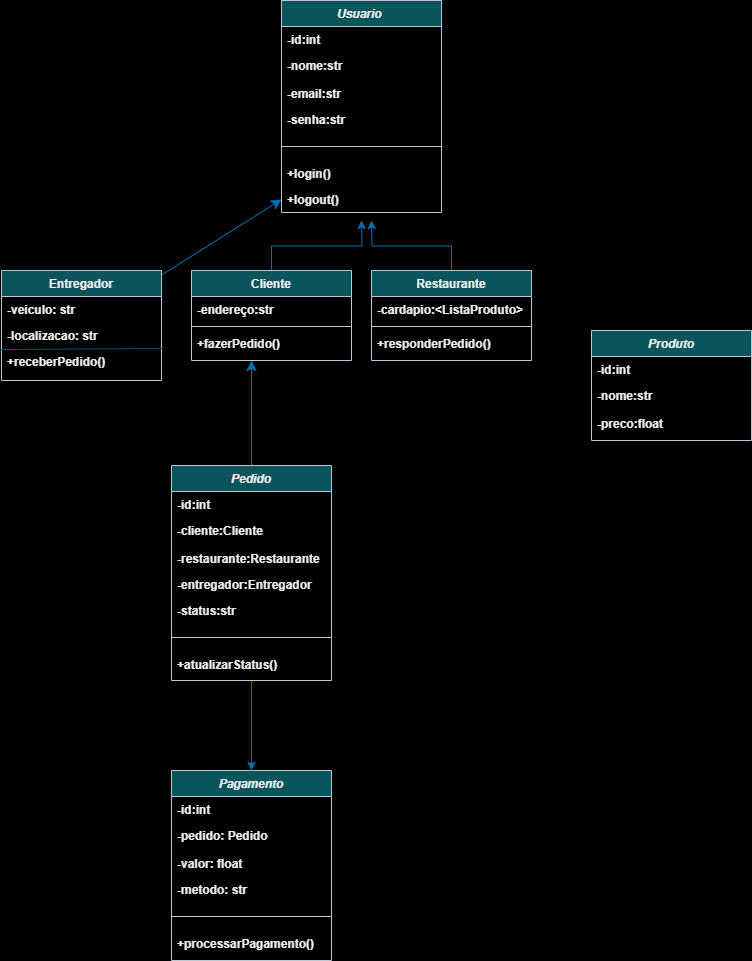
luisfelipesantiago/Diagrama-de-classes keeps this draw.io diagram as Diagrama de classes DSC.png. Above is the earlier version. Source tidied: cells renumbered, new cells last; positions are measured from the earlier drawing's top-left corner, leaving out a move shared by most shapes. The source it was exported from:
```xml
<mxGraphModel background="light-dark(#FFFFFF,#FFFFFF)">
  <root>
    <mxCell id="0" />
    <mxCell id="1" parent="0" />
    <mxCell id="2" value="Usuario " style="swimlane;fontStyle=3;align=center;verticalAlign=top;horizontal=1;startSize=26;rounded=0;shadow=0;strokeWidth=1;labelBackgroundColor=none;fillColor=#09555B;strokeColor=#BAC8D3;fontColor=#EEEEEE;" parent="1" vertex="1">
      <mxGeometry x="280" width="160" height="212" as="geometry" />
    </mxCell>
    <mxCell id="3" value="-id:int" style="text;align=left;verticalAlign=top;spacingLeft=4;spacingRight=4;overflow=hidden;labelBackgroundColor=none;fontColor=#EEEEEE;fontStyle=1;" parent="2" vertex="1">
      <mxGeometry y="26" width="160" height="26" as="geometry" />
    </mxCell>
    <mxCell id="4" value="-nome:str" style="text;align=left;verticalAlign=top;spacingLeft=4;spacingRight=4;overflow=hidden;rounded=0;shadow=0;html=0;labelBackgroundColor=none;fontColor=#EEEEEE;fontStyle=1;" parent="2" vertex="1">
      <mxGeometry y="52" width="160" height="28" as="geometry" />
    </mxCell>
    <mxCell id="5" value="-email:str&#10;" style="text;align=left;verticalAlign=top;spacingLeft=4;spacingRight=4;overflow=hidden;rounded=0;shadow=0;html=0;labelBackgroundColor=none;fontColor=#EEEEEE;fontStyle=1;" parent="2" vertex="1">
      <mxGeometry y="80" width="160" height="26" as="geometry" />
    </mxCell>
    <mxCell id="6" value="-senha:str&#10;" style="text;align=left;verticalAlign=top;spacingLeft=4;spacingRight=4;overflow=hidden;rounded=0;shadow=0;html=0;labelBackgroundColor=none;fontColor=#EEEEEE;fontStyle=1;" parent="2" vertex="1">
      <mxGeometry y="106" width="160" height="26" as="geometry" />
    </mxCell>
    <mxCell id="7" style="line;html=1;strokeWidth=1;align=left;verticalAlign=middle;spacingTop=-1;spacingLeft=3;spacingRight=3;labelPosition=right;labelBackgroundColor=none;fillColor=#09555B;strokeColor=#BAC8D3;fontColor=#EEEEEE;fontStyle=1;" parent="2" vertex="1">
      <mxGeometry y="132" width="160" height="28" as="geometry" />
    </mxCell>
    <mxCell id="8" value="+login()" style="text;align=left;verticalAlign=top;spacingLeft=4;spacingRight=4;overflow=hidden;rounded=0;shadow=0;html=0;labelBackgroundColor=none;fontColor=#EEEEEE;fontStyle=1;" parent="2" vertex="1">
      <mxGeometry y="160" width="160" height="26" as="geometry" />
    </mxCell>
    <mxCell id="9" value="+logout()" style="text;align=left;verticalAlign=top;spacingLeft=4;spacingRight=4;overflow=hidden;points=[[0,0.5],[1,0.5]];portConstraint=eastwest;rounded=0;shadow=0;html=0;labelBackgroundColor=none;fontColor=#EEEEEE;fontStyle=1;" parent="2" vertex="1">
      <mxGeometry y="186" width="160" height="26" as="geometry" />
    </mxCell>
    <mxCell id="10" style="edgeStyle=orthogonalEdgeStyle;rounded=0;jettySize=auto;html=1;exitX=0.5;exitY=0;exitDx=0;exitDy=0;labelBackgroundColor=none;strokeColor=#006EAF;fontColor=default;fontStyle=1;fillColor=#1ba1e2;" parent="1" edge="1" source="11">
      <mxGeometry relative="1" as="geometry">
        <mxPoint x="360" y="220" as="targetPoint" />
      </mxGeometry>
    </mxCell>
    <mxCell id="11" value="Cliente" style="swimlane;fontStyle=1;align=center;verticalAlign=top;horizontal=1;startSize=26;rounded=0;shadow=0;strokeWidth=1;labelBackgroundColor=none;fillColor=#09555B;strokeColor=#BAC8D3;fontColor=#EEEEEE;" parent="1" vertex="1">
      <mxGeometry x="190" y="270" width="160" height="90" as="geometry" />
    </mxCell>
    <mxCell id="12" value="-endereço:str" style="text;align=left;verticalAlign=top;spacingLeft=4;spacingRight=4;overflow=hidden;labelBackgroundColor=none;fontColor=#EEEEEE;fontStyle=1;" parent="11" vertex="1">
      <mxGeometry y="26" width="160" height="26" as="geometry" />
    </mxCell>
    <mxCell id="13" style="line;html=1;strokeWidth=1;align=left;verticalAlign=middle;spacingTop=-1;spacingLeft=3;spacingRight=3;labelPosition=right;labelBackgroundColor=none;fillColor=#09555B;strokeColor=#BAC8D3;fontColor=#EEEEEE;fontStyle=1;" parent="11" vertex="1">
      <mxGeometry y="52" width="160" height="8" as="geometry" />
    </mxCell>
    <mxCell id="14" value="+fazerPedido()" style="text;align=left;verticalAlign=top;spacingLeft=4;spacingRight=4;overflow=hidden;labelBackgroundColor=none;fontColor=#EEEEEE;fontStyle=1;" parent="11" vertex="1">
      <mxGeometry y="60" width="160" height="26" as="geometry" />
    </mxCell>
    <mxCell id="15" style="edgeStyle=none;curved=1;rounded=0;orthogonalLoop=1;jettySize=auto;html=1;fontSize=12;startSize=8;endSize=8;fillColor=#1ba1e2;strokeColor=#006EAF;" parent="11" edge="1">
      <mxGeometry relative="1" as="geometry">
        <mxPoint x="60" y="195" as="sourcePoint" />
        <mxPoint x="60" y="90" as="targetPoint" />
      </mxGeometry>
    </mxCell>
    <mxCell id="16" style="edgeStyle=orthogonalEdgeStyle;rounded=0;jettySize=auto;html=1;labelBackgroundColor=none;strokeColor=#006EAF;fontColor=default;fontStyle=1;fillColor=#1ba1e2;" parent="1" edge="1" source="17">
      <mxGeometry relative="1" as="geometry">
        <mxPoint x="370" y="220" as="targetPoint" />
      </mxGeometry>
    </mxCell>
    <mxCell id="17" value="Restaurante" style="swimlane;fontStyle=1;align=center;verticalAlign=top;horizontal=1;startSize=26;rounded=0;shadow=0;strokeWidth=1;labelBackgroundColor=none;fillColor=#09555B;strokeColor=#BAC8D3;fontColor=#EEEEEE;" parent="1" vertex="1">
      <mxGeometry x="370" y="270" width="160" height="90" as="geometry" />
    </mxCell>
    <mxCell id="18" value="-cardapio:&lt;ListaProduto&gt;" style="text;align=left;verticalAlign=top;spacingLeft=4;spacingRight=4;overflow=hidden;labelBackgroundColor=none;fontColor=#EEEEEE;fontStyle=1;" parent="17" vertex="1">
      <mxGeometry y="26" width="160" height="26" as="geometry" />
    </mxCell>
    <mxCell id="19" style="line;html=1;strokeWidth=1;align=left;verticalAlign=middle;spacingTop=-1;spacingLeft=3;spacingRight=3;labelPosition=right;labelBackgroundColor=none;fillColor=#09555B;strokeColor=#BAC8D3;fontColor=#EEEEEE;fontStyle=1;" parent="17" vertex="1">
      <mxGeometry y="52" width="160" height="8" as="geometry" />
    </mxCell>
    <mxCell id="20" value="+responderPedido()" style="text;align=left;verticalAlign=top;spacingLeft=4;spacingRight=4;overflow=hidden;labelBackgroundColor=none;fontColor=#EEEEEE;fontStyle=1;" parent="17" vertex="1">
      <mxGeometry y="60" width="160" height="20" as="geometry" />
    </mxCell>
    <mxCell id="21" value="Produto" style="swimlane;fontStyle=3;align=center;verticalAlign=top;horizontal=1;startSize=26;rounded=0;shadow=0;strokeWidth=1;labelBackgroundColor=none;fillColor=#09555B;strokeColor=#BAC8D3;fontColor=#EEEEEE;" parent="1" vertex="1">
      <mxGeometry x="590" y="330" width="160" height="110" as="geometry" />
    </mxCell>
    <mxCell id="22" value="-id:int" style="text;align=left;verticalAlign=top;spacingLeft=4;spacingRight=4;overflow=hidden;labelBackgroundColor=none;fontColor=#EEEEEE;fontStyle=1;" parent="21" vertex="1">
      <mxGeometry y="26" width="160" height="26" as="geometry" />
    </mxCell>
    <mxCell id="23" value="-nome:str" style="text;align=left;verticalAlign=top;spacingLeft=4;spacingRight=4;overflow=hidden;rounded=0;shadow=0;html=0;labelBackgroundColor=none;fontColor=#EEEEEE;fontStyle=1;" parent="21" vertex="1">
      <mxGeometry y="52" width="160" height="28" as="geometry" />
    </mxCell>
    <mxCell id="24" value="-preco:float" style="text;align=left;verticalAlign=top;spacingLeft=4;spacingRight=4;overflow=hidden;rounded=0;shadow=0;html=0;labelBackgroundColor=none;fontColor=#EEEEEE;fontStyle=1;" parent="21" vertex="1">
      <mxGeometry y="80" width="160" height="26" as="geometry" />
    </mxCell>
    <mxCell id="25" style="edgeStyle=orthogonalEdgeStyle;rounded=0;jettySize=auto;html=1;entryX=0.5;entryY=0;entryDx=0;entryDy=0;labelBackgroundColor=none;strokeColor=#006EAF;fontColor=default;fontStyle=1;fillColor=#1ba1e2;" parent="1" edge="1" source="26" target="34">
      <mxGeometry relative="1" as="geometry" />
    </mxCell>
    <mxCell id="26" value="Pedido" style="swimlane;fontStyle=3;align=center;verticalAlign=top;horizontal=1;startSize=26;rounded=0;shadow=0;strokeWidth=1;labelBackgroundColor=none;fillColor=#09555B;strokeColor=#BAC8D3;fontColor=#EEEEEE;" parent="1" vertex="1">
      <mxGeometry x="170" y="465" width="160" height="215" as="geometry" />
    </mxCell>
    <mxCell id="27" value="-id:int" style="text;align=left;verticalAlign=top;spacingLeft=4;spacingRight=4;overflow=hidden;labelBackgroundColor=none;fontColor=#EEEEEE;fontStyle=1;" parent="26" vertex="1">
      <mxGeometry y="26" width="160" height="26" as="geometry" />
    </mxCell>
    <mxCell id="28" value="-cliente:Cliente" style="text;align=left;verticalAlign=top;spacingLeft=4;spacingRight=4;overflow=hidden;rounded=0;shadow=0;html=0;labelBackgroundColor=none;fontColor=#EEEEEE;fontStyle=1;" parent="26" vertex="1">
      <mxGeometry y="52" width="160" height="28" as="geometry" />
    </mxCell>
    <mxCell id="29" value="-restaurante:Restaurante" style="text;align=left;verticalAlign=top;spacingLeft=4;spacingRight=4;overflow=hidden;rounded=0;shadow=0;html=0;labelBackgroundColor=none;fontColor=#EEEEEE;fontStyle=1;" parent="26" vertex="1">
      <mxGeometry y="80" width="160" height="26" as="geometry" />
    </mxCell>
    <mxCell id="30" value="-entregador:Entregador" style="text;align=left;verticalAlign=top;spacingLeft=4;spacingRight=4;overflow=hidden;rounded=0;shadow=0;html=0;labelBackgroundColor=none;fontColor=#EEEEEE;fontStyle=1;" parent="26" vertex="1">
      <mxGeometry y="106" width="160" height="26" as="geometry" />
    </mxCell>
    <mxCell id="31" value="-status:str" style="text;align=left;verticalAlign=top;spacingLeft=4;spacingRight=4;overflow=hidden;rounded=0;shadow=0;html=0;labelBackgroundColor=none;fontColor=#EEEEEE;fontStyle=1;" parent="26" vertex="1">
      <mxGeometry y="132" width="160" height="26" as="geometry" />
    </mxCell>
    <mxCell id="32" style="line;html=1;strokeWidth=1;align=left;verticalAlign=middle;spacingTop=-1;spacingLeft=3;spacingRight=3;labelPosition=right;labelBackgroundColor=none;fillColor=#09555B;strokeColor=#BAC8D3;fontColor=#EEEEEE;fontStyle=1;" parent="26" vertex="1">
      <mxGeometry y="158" width="160" height="28" as="geometry" />
    </mxCell>
    <mxCell id="33" value="+atualizarStatus()" style="text;align=left;verticalAlign=top;spacingLeft=4;spacingRight=4;overflow=hidden;rounded=0;shadow=0;html=0;labelBackgroundColor=none;fontColor=#EEEEEE;fontStyle=1;" parent="26" vertex="1">
      <mxGeometry y="186" width="160" height="22" as="geometry" />
    </mxCell>
    <mxCell id="34" value="Pagamento" style="swimlane;fontStyle=3;align=center;verticalAlign=top;horizontal=1;startSize=26;rounded=0;shadow=0;strokeWidth=1;labelBackgroundColor=none;fillColor=#09555B;strokeColor=#BAC8D3;fontColor=#EEEEEE;" parent="1" vertex="1">
      <mxGeometry x="170" y="770" width="160" height="190" as="geometry" />
    </mxCell>
    <mxCell id="35" value="-id:int" style="text;align=left;verticalAlign=top;spacingLeft=4;spacingRight=4;overflow=hidden;labelBackgroundColor=none;fontColor=#EEEEEE;fontStyle=1;" parent="34" vertex="1">
      <mxGeometry y="26" width="160" height="26" as="geometry" />
    </mxCell>
    <mxCell id="36" value="-pedido: Pedido" style="text;align=left;verticalAlign=top;spacingLeft=4;spacingRight=4;overflow=hidden;rounded=0;shadow=0;html=0;labelBackgroundColor=none;fontColor=#EEEEEE;fontStyle=1;" parent="34" vertex="1">
      <mxGeometry y="52" width="160" height="28" as="geometry" />
    </mxCell>
    <mxCell id="37" value="-valor: float" style="text;align=left;verticalAlign=top;spacingLeft=4;spacingRight=4;overflow=hidden;rounded=0;shadow=0;html=0;labelBackgroundColor=none;fontColor=#EEEEEE;fontStyle=1;" parent="34" vertex="1">
      <mxGeometry y="80" width="160" height="26" as="geometry" />
    </mxCell>
    <mxCell id="38" value="-metodo: str" style="text;align=left;verticalAlign=top;spacingLeft=4;spacingRight=4;overflow=hidden;rounded=0;shadow=0;html=0;labelBackgroundColor=none;fontColor=#EEEEEE;fontStyle=1;" parent="34" vertex="1">
      <mxGeometry y="106" width="160" height="26" as="geometry" />
    </mxCell>
    <mxCell id="39" style="line;html=1;strokeWidth=1;align=left;verticalAlign=middle;spacingTop=-1;spacingLeft=3;spacingRight=3;labelPosition=right;labelBackgroundColor=none;fillColor=#09555B;strokeColor=#BAC8D3;fontColor=#EEEEEE;fontStyle=1;" parent="34" vertex="1">
      <mxGeometry y="132" width="160" height="28" as="geometry" />
    </mxCell>
    <mxCell id="40" value="+processarPagamento()" style="text;align=left;verticalAlign=top;spacingLeft=4;spacingRight=4;overflow=hidden;rounded=0;shadow=0;html=0;labelBackgroundColor=none;fontColor=#EEEEEE;fontStyle=1;" parent="34" vertex="1">
      <mxGeometry y="160" width="160" height="26" as="geometry" />
    </mxCell>
    <mxCell id="41" style="edgeStyle=none;curved=1;rounded=0;jettySize=auto;html=1;entryX=0;entryY=0.5;entryDx=0;entryDy=0;fontSize=12;startSize=8;endSize=8;fillColor=#1ba1e2;strokeColor=#006EAF;" parent="1" edge="1" source="42" target="9">
      <mxGeometry relative="1" as="geometry" />
    </mxCell>
    <mxCell id="42" value="Entregador" style="swimlane;fontStyle=1;align=center;verticalAlign=top;horizontal=1;startSize=26;rounded=0;shadow=0;strokeWidth=1;labelBackgroundColor=none;fillColor=#09555B;strokeColor=#BAC8D3;fontColor=#EEEEEE;" parent="1" vertex="1">
      <mxGeometry y="270" width="160" height="110" as="geometry" />
    </mxCell>
    <mxCell id="43" value="-veiculo: str" style="text;align=left;verticalAlign=top;spacingLeft=4;spacingRight=4;overflow=hidden;labelBackgroundColor=none;fontColor=#EEEEEE;fontStyle=1;" parent="42" vertex="1">
      <mxGeometry y="26" width="160" height="26" as="geometry" />
    </mxCell>
    <mxCell id="44" value="-localizacao: str" style="text;align=left;verticalAlign=top;spacingLeft=4;spacingRight=4;overflow=hidden;labelBackgroundColor=none;fontColor=#EEEEEE;fontStyle=1;" parent="42" vertex="1">
      <mxGeometry y="52" width="160" height="26" as="geometry" />
    </mxCell>
    <mxCell id="45" style="endArrow=none;html=1;rounded=0;entryX=1.006;entryY=0;entryDx=0;entryDy=0;entryPerimeter=0;exitX=-0.006;exitY=0.031;exitDx=0;exitDy=0;exitPerimeter=0;labelBackgroundColor=none;strokeColor=#0B4D6A;fontColor=default;fontStyle=1;" parent="42" edge="1" source="46" target="46">
      <mxGeometry relative="1" as="geometry" />
    </mxCell>
    <mxCell id="46" value="+receberPedido()" style="text;align=left;verticalAlign=top;spacingLeft=4;spacingRight=4;overflow=hidden;points=[[0,0.5],[1,0.5]];portConstraint=eastwest;labelBackgroundColor=none;fontColor=#EEEEEE;fontStyle=1;" parent="42" vertex="1">
      <mxGeometry y="78" width="160" height="32" as="geometry" />
    </mxCell>
  </root>
</mxGraphModel>
```
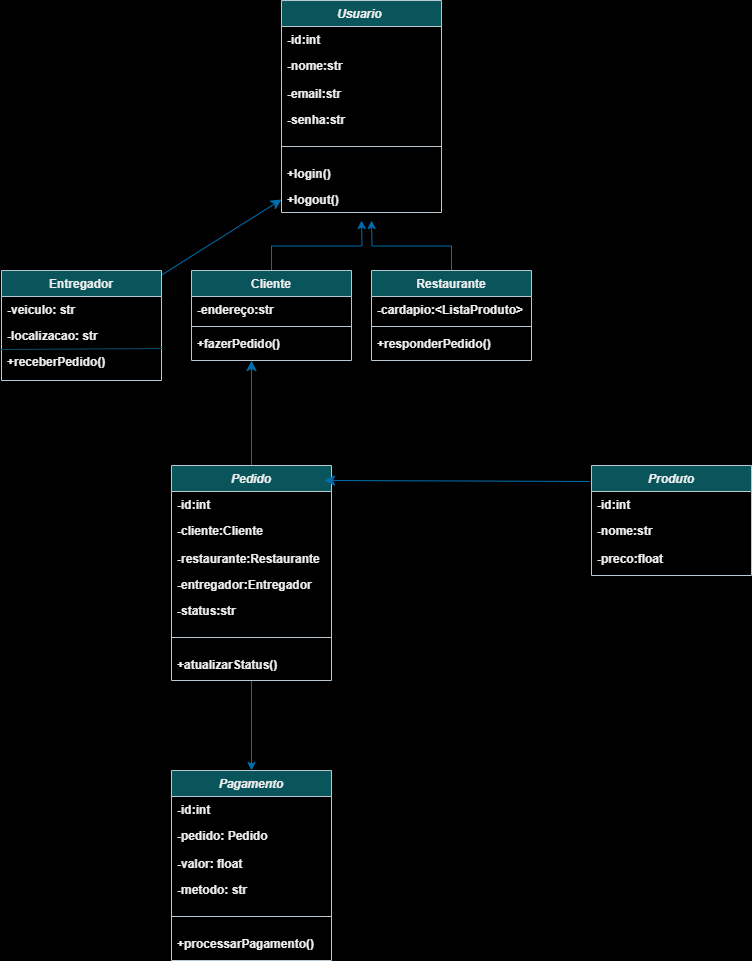
After the commit.

Diff of the diagram source:
```diff
@@ -67,7 +67,7 @@
       <mxGeometry y="60" width="160" height="20" as="geometry" />
     </mxCell>
     <mxCell id="21" value="Produto" style="swimlane;fontStyle=3;align=center;verticalAlign=top;horizontal=1;startSize=26;rounded=0;shadow=0;strokeWidth=1;labelBackgroundColor=none;fillColor=#09555B;strokeColor=#BAC8D3;fontColor=#EEEEEE;" parent="1" vertex="1">
-      <mxGeometry x="590" y="330" width="160" height="110" as="geometry" />
+      <mxGeometry x="590" y="465" width="160" height="110" as="geometry" />
     </mxCell>
     <mxCell id="22" value="-id:int" style="text;align=left;verticalAlign=top;spacingLeft=4;spacingRight=4;overflow=hidden;labelBackgroundColor=none;fontColor=#EEEEEE;fontStyle=1;" parent="21" vertex="1">
       <mxGeometry y="26" width="160" height="26" as="geometry" />
@@ -144,5 +144,10 @@
     <mxCell id="46" value="+receberPedido()" style="text;align=left;verticalAlign=top;spacingLeft=4;spacingRight=4;overflow=hidden;points=[[0,0.5],[1,0.5]];portConstraint=eastwest;labelBackgroundColor=none;fontColor=#EEEEEE;fontStyle=1;" parent="42" vertex="1">
       <mxGeometry y="78" width="160" height="32" as="geometry" />
     </mxCell>
+    <mxCell id="47" style="edgeStyle=none;curved=1;rounded=0;jettySize=auto;html=1;fontSize=12;startSize=8;endSize=8;fillColor=#1ba1e2;strokeColor=#006EAF;exitX=-0.012;exitY=0.145;exitDx=0;exitDy=0;exitPerimeter=0;" parent="1" edge="1" source="21">
+      <mxGeometry relative="1" as="geometry">
+        <mxPoint x="323" y="480" as="targetPoint" />
+      </mxGeometry>
+    </mxCell>
   </root>
 </mxGraphModel>
```
